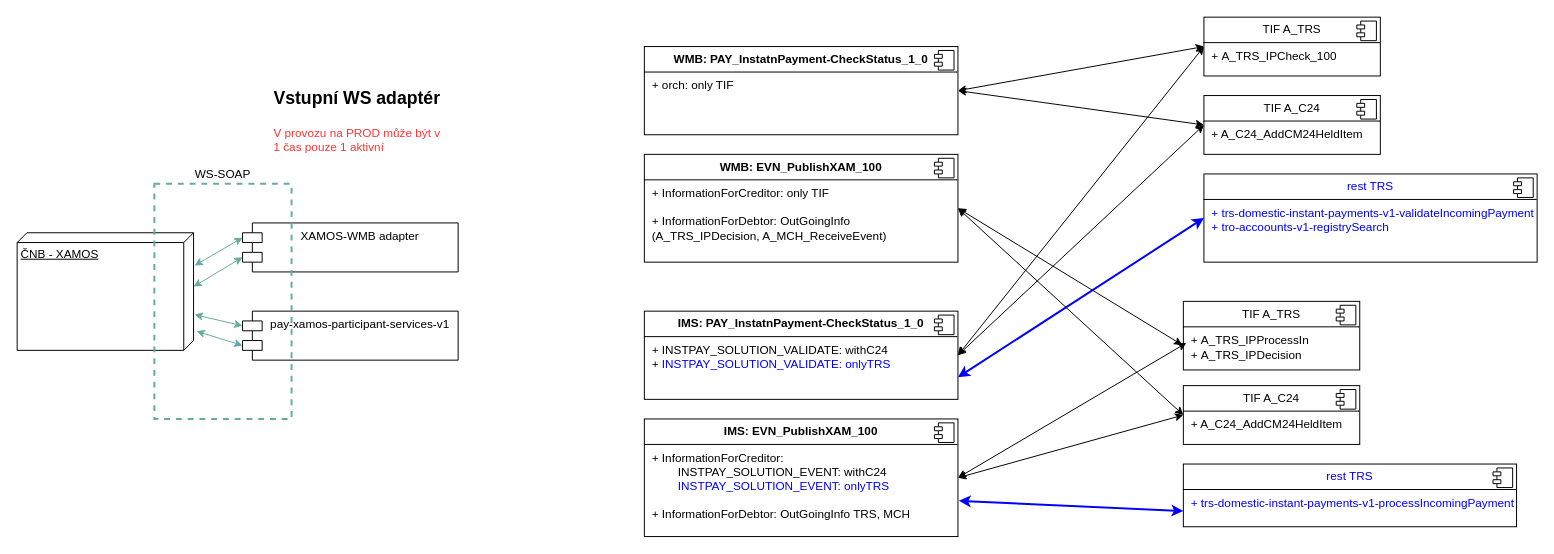
Earlier version of the draw.io diagram InstantPayment.drawio (MichalHasekRB/my-Diagrams). Source tidied: cells renumbered, new cells numbered last; positions are measured from the earlier drawing's top-left corner, leaving out a move shared by most shapes. Both pictures are drawn from the tidied source at 98%, with x=0, y=0 at pixel (17, 17).
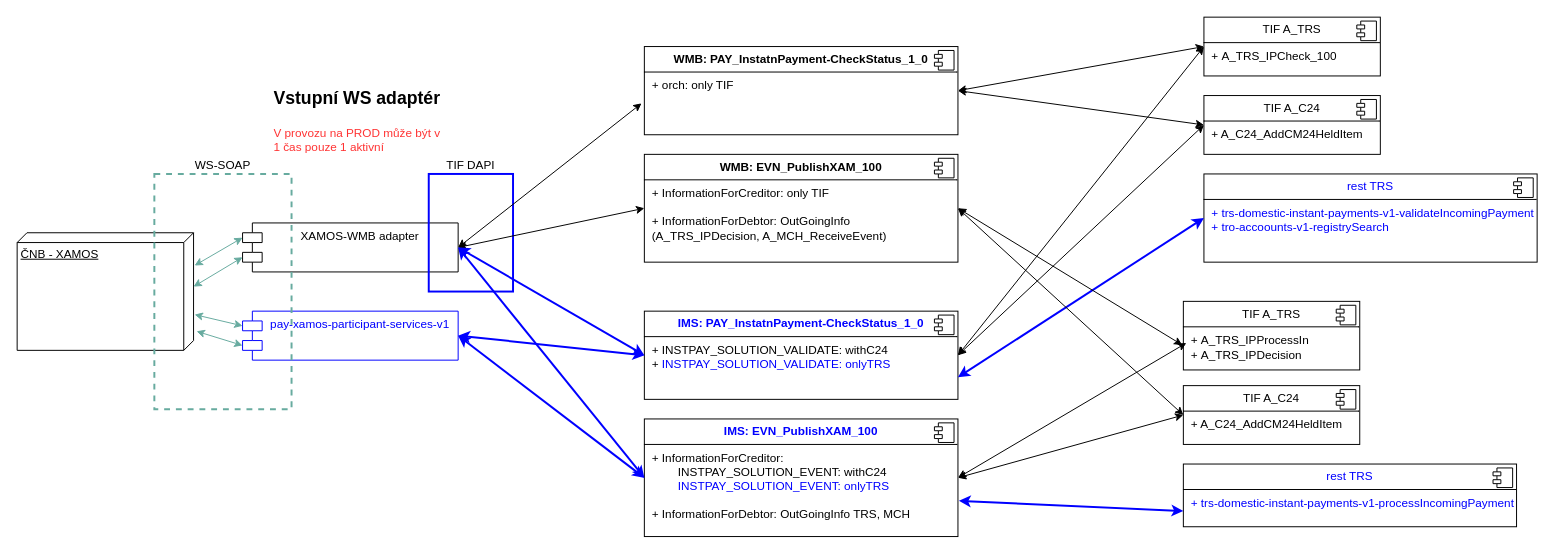
The same page after the edit.

The change refers to these unchanged cells:
```xml
<mxCell id="4" value="XAMOS-WMB adapter" style="shape=module;align=left;spacingLeft=20;align=center;verticalAlign=top;whiteSpace=wrap;html=1;" parent="1" vertex="1">
  <mxGeometry x="230" y="210" width="220" height="50" as="geometry" />
</mxCell>
<mxCell id="11" value="&lt;p style=&quot;margin:0px;margin-top:6px;text-align:center;&quot;&gt;&lt;b&gt;WMB: PAY_InstatnPayment-CheckStatus_1_0&lt;/b&gt;&lt;/p&gt;&lt;hr size=&quot;1&quot; style=&quot;border-style:solid;&quot;&gt;&lt;p style=&quot;margin:0px;margin-left:8px;&quot;&gt;+ orch: only TIF&lt;/p&gt;" style="align=left;overflow=fill;html=1;whiteSpace=wrap;" parent="1" vertex="1">
  <mxGeometry x="640" y="30" width="320" height="90" as="geometry" />
</mxCell>
<mxCell id="13" value="&lt;p style=&quot;margin:0px;margin-top:6px;text-align:center;&quot;&gt;&lt;b&gt;WMB: EVN_PublishXAM_100&lt;/b&gt;&lt;/p&gt;&lt;hr size=&quot;1&quot; style=&quot;border-style:solid;&quot;&gt;&lt;p style=&quot;margin:0px;margin-left:8px;&quot;&gt;+ InformationForCreditor: only TIF&lt;/p&gt;&lt;p style=&quot;margin:0px;margin-left:8px;&quot;&gt;&lt;br&gt;+ InformationForDebtor:&amp;nbsp;&lt;span style=&quot;background-color: transparent; color: light-dark(rgb(0, 0, 0), rgb(255, 255, 255));&quot;&gt;OutGoingInfo (&lt;/span&gt;&lt;span style=&quot;background-color: transparent; color: light-dark(rgb(0, 0, 0), rgb(255, 255, 255));&quot;&gt;A_TRS_IPDecision, A_MCH_ReceiveEvent)&lt;/span&gt;&lt;/p&gt;" style="align=left;overflow=fill;html=1;whiteSpace=wrap;" parent="1" vertex="1">
  <mxGeometry x="640" y="140" width="320" height="110" as="geometry" />
</mxCell>
```

Diff of the diagram source:
```diff
@@
-    <mxCell id="3" value="pay-xamos-participant-services-v1" style="shape=module;align=left;spacingLeft=20;align=center;verticalAlign=top;whiteSpace=wrap;html=1;" parent="1" vertex="1">
+    <mxCell id="3" value="&lt;font style=&quot;color: rgb(0, 0, 255);&quot;&gt;pay-xamos-participant-services-v1&lt;/font&gt;" style="shape=module;align=left;spacingLeft=20;align=center;verticalAlign=top;whiteSpace=wrap;html=1;strokeColor=#0000FF;" parent="1" vertex="1">
       <mxGeometry x="230" y="300" width="220" height="50" as="geometry" />
     </mxCell>
@@
     <mxCell id="5" value="WS-SOAP" style="rounded=0;whiteSpace=wrap;html=1;labelPosition=center;verticalLabelPosition=top;align=center;verticalAlign=bottom;fillColor=none;strokeColor=#67AB9F;strokeWidth=2;dashed=1;" parent="1" vertex="1">
-      <mxGeometry x="140" y="170" width="140" height="240" as="geometry" />
+      <mxGeometry x="140" y="160" width="140" height="240" as="geometry" />
     </mxCell>
@@
-    <mxCell id="15" value="&lt;p style=&quot;margin:0px;margin-top:6px;text-align:center;&quot;&gt;&lt;b&gt;IMS: EVN_PublishXAM_100&lt;/b&gt;&lt;/p&gt;&lt;hr size=&quot;1&quot; style=&quot;border-style:solid;&quot;&gt;&lt;p style=&quot;margin:0px;margin-left:8px;&quot;&gt;+ InformationForCreditor:&amp;nbsp;&lt;/p&gt;&lt;p style=&quot;margin:0px;margin-left:8px;&quot;&gt;&lt;span style=&quot;white-space: pre;&quot;&gt;&#9;&lt;/span&gt;&lt;span style=&quot;background-color: transparent; color: light-dark(rgb(0, 0, 0), rgb(255, 255, 255));&quot;&gt;INSTPAY_SOLUTION_EVENT: withC24&lt;/span&gt;&lt;br&gt;&lt;/p&gt;&lt;p style=&quot;margin:0px;margin-left:8px;&quot;&gt;&lt;span style=&quot;white-space: pre;&quot;&gt;&#9;&lt;/span&gt;&lt;font style=&quot;color: rgb(0, 0, 255);&quot;&gt;INSTPAY_SOLUTION_EVENT: onlyTRS&lt;/font&gt;&lt;span style=&quot;background-color: transparent; color: light-dark(rgb(0, 0, 0), rgb(255, 255, 255));&quot;&gt;&lt;/span&gt;&lt;/p&gt;&lt;p style=&quot;margin: 0px 0px 0px 8px;&quot;&gt;&lt;br&gt;&lt;/p&gt;&lt;p style=&quot;margin:0px;margin-left:8px;&quot;&gt;+ InformationForDebtor: OutGoingInfo TRS, MCH&lt;/p&gt;" style="align=left;overflow=fill;html=1;whiteSpace=wrap;" parent="1" vertex="1">
+    <mxCell id="15" value="&lt;p style=&quot;margin:0px;margin-top:6px;text-align:center;&quot;&gt;&lt;b&gt;&lt;font style=&quot;color: rgb(0, 0, 255);&quot;&gt;IMS: EVN_PublishXAM_100&lt;/font&gt;&lt;/b&gt;&lt;/p&gt;&lt;hr size=&quot;1&quot; style=&quot;border-style:solid;&quot;&gt;&lt;p style=&quot;margin:0px;margin-left:8px;&quot;&gt;+ InformationForCreditor:&amp;nbsp;&lt;/p&gt;&lt;p style=&quot;margin:0px;margin-left:8px;&quot;&gt;&lt;span style=&quot;white-space: pre;&quot;&gt;&#9;&lt;/span&gt;&lt;span style=&quot;background-color: transparent; color: light-dark(rgb(0, 0, 0), rgb(255, 255, 255));&quot;&gt;INSTPAY_SOLUTION_EVENT: withC24&lt;/span&gt;&lt;br&gt;&lt;/p&gt;&lt;p style=&quot;margin:0px;margin-left:8px;&quot;&gt;&lt;span style=&quot;white-space: pre;&quot;&gt;&#9;&lt;/span&gt;&lt;font style=&quot;color: rgb(0, 0, 255);&quot;&gt;INSTPAY_SOLUTION_EVENT: onlyTRS&lt;/font&gt;&lt;span style=&quot;background-color: transparent; color: light-dark(rgb(0, 0, 0), rgb(255, 255, 255));&quot;&gt;&lt;/span&gt;&lt;/p&gt;&lt;p style=&quot;margin: 0px 0px 0px 8px;&quot;&gt;&lt;br&gt;&lt;/p&gt;&lt;p style=&quot;margin:0px;margin-left:8px;&quot;&gt;+ InformationForDebtor: OutGoingInfo TRS, MCH&lt;/p&gt;" style="align=left;overflow=fill;html=1;whiteSpace=wrap;" parent="1" vertex="1">
       <mxGeometry x="640" y="410" width="320" height="120" as="geometry" />
     </mxCell>
@@
-    <mxCell id="17" value="&lt;p style=&quot;margin:0px;margin-top:6px;text-align:center;&quot;&gt;&lt;b&gt;IMS: PAY_InstatnPayment-CheckStatus_1_0&lt;/b&gt;&lt;/p&gt;&lt;hr size=&quot;1&quot; style=&quot;border-style:solid;&quot;&gt;&lt;p style=&quot;margin: 0px 0px 0px 8px;&quot;&gt;+ &lt;font&gt;&lt;font style=&quot;color: rgb(0, 0, 0);&quot;&gt;INSTPAY_SOLUTION_VALIDATE: withC24&lt;/font&gt;&lt;font style=&quot;color: rgb(0, 0, 255);&quot;&gt;&lt;br&gt;&lt;/font&gt;&lt;/font&gt;&lt;/p&gt;&lt;p style=&quot;margin: 0px 0px 0px 8px;&quot;&gt;+ &lt;font style=&quot;color: rgb(0, 0, 255);&quot;&gt;INSTPAY_SOLUTION_VALIDATE: onlyTRS&lt;/font&gt;&lt;/p&gt;" style="align=left;overflow=fill;html=1;whiteSpace=wrap;" parent="1" vertex="1">
+    <mxCell id="17" value="&lt;p style=&quot;margin:0px;margin-top:6px;text-align:center;&quot;&gt;&lt;b&gt;&lt;font style=&quot;color: rgb(0, 0, 255);&quot;&gt;IMS: PAY_InstatnPayment-CheckStatus_1_0&lt;/font&gt;&lt;/b&gt;&lt;/p&gt;&lt;hr size=&quot;1&quot; style=&quot;border-style:solid;&quot;&gt;&lt;p style=&quot;margin: 0px 0px 0px 8px;&quot;&gt;+ &lt;font&gt;&lt;font style=&quot;color: rgb(0, 0, 0);&quot;&gt;INSTPAY_SOLUTION_VALIDATE: withC24&lt;/font&gt;&lt;font style=&quot;color: rgb(0, 0, 255);&quot;&gt;&lt;br&gt;&lt;/font&gt;&lt;/font&gt;&lt;/p&gt;&lt;p style=&quot;margin: 0px 0px 0px 8px;&quot;&gt;+ &lt;font style=&quot;color: rgb(0, 0, 255);&quot;&gt;INSTPAY_SOLUTION_VALIDATE: onlyTRS&lt;/font&gt;&lt;/p&gt;" style="align=left;overflow=fill;html=1;whiteSpace=wrap;" parent="1" vertex="1">
       <mxGeometry x="640" y="300" width="320" height="90" as="geometry" />
     </mxCell>
@@
+    <mxCell id="41" value="TIF DAPI" style="rounded=0;whiteSpace=wrap;html=1;labelPosition=center;verticalLabelPosition=top;align=center;verticalAlign=bottom;fillColor=none;strokeColor=#0000FF;strokeWidth=2;" parent="1" vertex="1">
+      <mxGeometry x="420" y="160" width="86" height="120" as="geometry" />
+    </mxCell>
@@
+    <mxCell id="42" style="endArrow=classic;startArrow=classic;html=1;rounded=0;entryX=-0.009;entryY=0.644;entryDx=0;entryDy=0;entryPerimeter=0;exitX=1;exitY=0.5;exitDx=0;exitDy=0;" parent="1" edge="1" source="4" target="11">
+      <mxGeometry relative="1" as="geometry" />
+    </mxCell>
+    <mxCell id="43" style="endArrow=classic;startArrow=classic;html=1;rounded=0;entryX=0;entryY=0.5;entryDx=0;entryDy=0;exitX=1;exitY=0.5;exitDx=0;exitDy=0;" parent="1" edge="1" source="4" target="13">
+      <mxGeometry relative="1" as="geometry" />
+    </mxCell>
+    <mxCell id="44" style="endArrow=classic;startArrow=classic;html=1;rounded=0;entryX=0;entryY=0.5;entryDx=0;entryDy=0;exitX=1;exitY=0.5;exitDx=0;exitDy=0;strokeColor=#0000FF;strokeWidth=2;" parent="1" edge="1" source="3" target="15">
+      <mxGeometry relative="1" as="geometry" />
+    </mxCell>
+    <mxCell id="45" style="endArrow=classic;startArrow=classic;html=1;rounded=0;entryX=0;entryY=0.5;entryDx=0;entryDy=0;exitX=1;exitY=0.5;exitDx=0;exitDy=0;strokeColor=#0000FF;strokeWidth=2;" parent="1" edge="1" source="3" target="17">
+      <mxGeometry relative="1" as="geometry" />
+    </mxCell>
+    <mxCell id="46" style="endArrow=classic;startArrow=classic;html=1;rounded=0;entryX=0;entryY=0.5;entryDx=0;entryDy=0;exitX=1;exitY=0.5;exitDx=0;exitDy=0;strokeColor=#0000FF;strokeWidth=2;" parent="1" edge="1" source="4" target="17">
+      <mxGeometry relative="1" as="geometry" />
+    </mxCell>
+    <mxCell id="47" style="endArrow=classic;startArrow=classic;html=1;rounded=0;entryX=0;entryY=0.5;entryDx=0;entryDy=0;exitX=1;exitY=0.5;exitDx=0;exitDy=0;strokeColor=#0000FF;strokeWidth=2;" parent="1" edge="1" source="4" target="15">
+      <mxGeometry relative="1" as="geometry" />
+    </mxCell>
```
